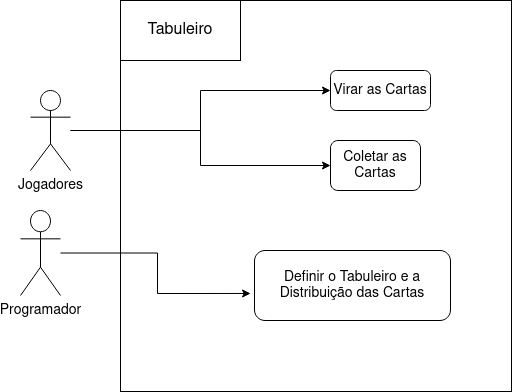
FelipeRibeirooo/Entrega-03-OO-UML keeps this draw.io diagram as Diagrama de Caso de Uso.drawio.png. Above is the earlier version. Source tidied: cells renumbered, new cells last; positions are measured from the earlier drawing's top-left corner, leaving out a move shared by most shapes.
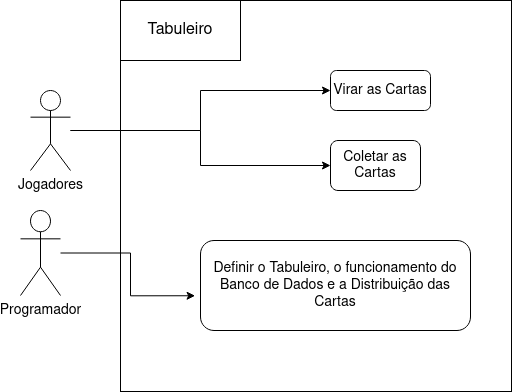
Above is the later version.

The edit, as a diff of the source:
```diff
@@ -23,8 +23,8 @@
     <mxCell id="7" value="&lt;div&gt;&lt;font style=&quot;font-size: 14px;&quot;&gt;Jogadores&lt;/font&gt;&lt;/div&gt;" style="shape=umlActor;verticalLabelPosition=bottom;verticalAlign=top;html=1;outlineConnect=0;" parent="1" vertex="1">
       <mxGeometry x="10" y="90" width="40" height="80" as="geometry" />
     </mxCell>
-    <mxCell id="8" value="&lt;font style=&quot;font-size: 14px;&quot;&gt;Definir o Tabuleiro e a Distribuição das Cartas&lt;/font&gt;" style="text;html=1;strokeColor=default;fillColor=none;align=center;verticalAlign=middle;whiteSpace=wrap;rounded=1;" parent="1" vertex="1">
-      <mxGeometry x="234" y="250" width="196" height="70" as="geometry" />
+    <mxCell id="8" value="&lt;font style=&quot;font-size: 14px;&quot;&gt;Definir o Tabuleiro, o funcionamento do Banco de Dados e a Distribuição das Cartas&lt;/font&gt;" style="text;html=1;strokeColor=default;fillColor=none;align=center;verticalAlign=middle;whiteSpace=wrap;rounded=1;" parent="1" vertex="1">
+      <mxGeometry x="180" y="240" width="270" height="90" as="geometry" />
     </mxCell>
     <mxCell id="9" value="&lt;font style=&quot;font-size: 14px;&quot;&gt;Virar as Cartas&lt;/font&gt;" style="text;html=1;strokeColor=default;fillColor=none;align=center;verticalAlign=middle;whiteSpace=wrap;rounded=1;" parent="1" vertex="1">
       <mxGeometry x="310" y="70" width="100" height="40" as="geometry" />
```
